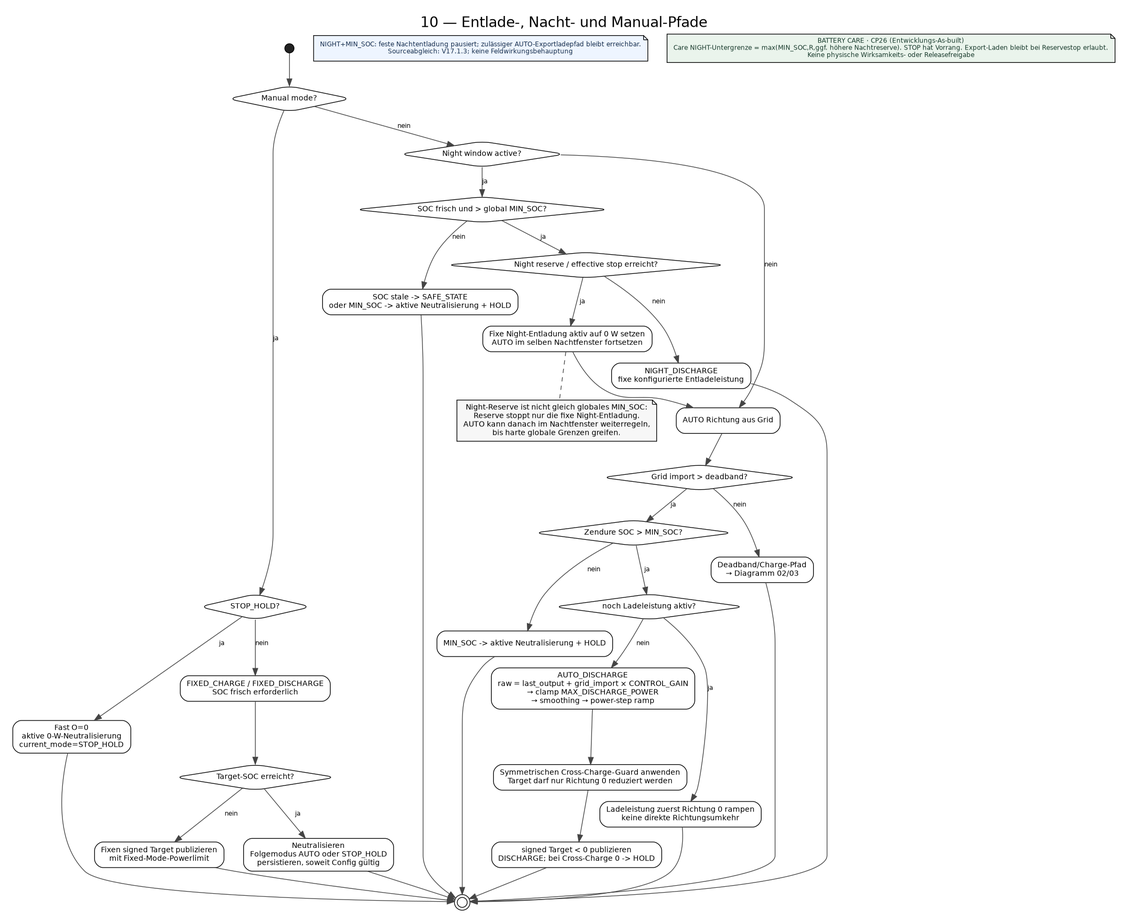
The Graphviz diagram docs/architecture/uml/rendered/10_DISCHARGE_NIGHT_MANUAL_PATHS.png in TTXaser2/zendure-energy-controller, before a commit. Its source is kept beside it as docs/architecture/uml/diagrams/10_DISCHARGE_NIGHT_MANUAL_PATHS.dot.
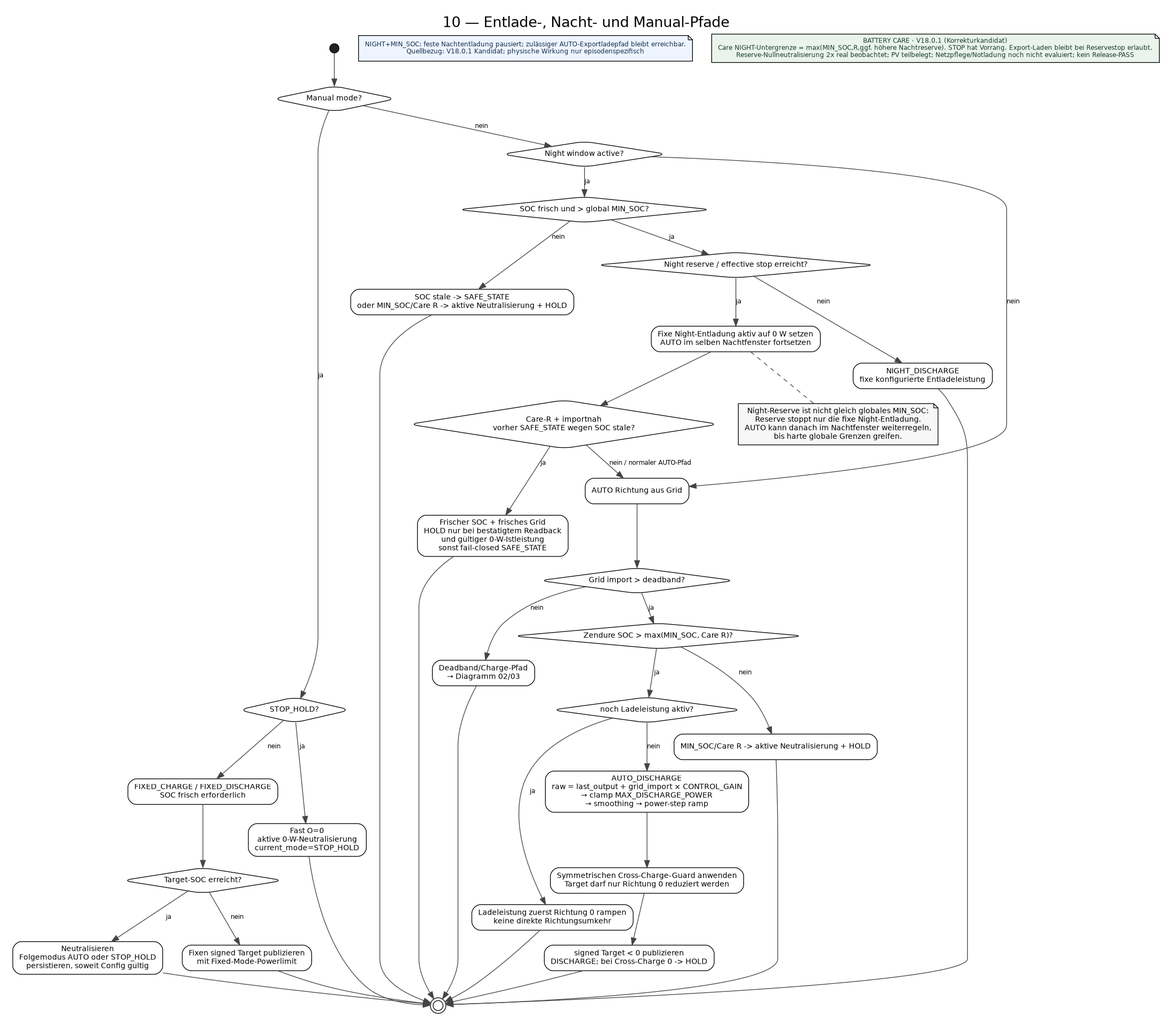
After the change.

Diff of the diagram source:
```diff
@@ -14,15 +14,15 @@
 
   night [shape=diamond,label="Night window active?"];
   nsoc [shape=diamond,label="SOC frisch und > global MIN_SOC?"];
-  nhold [label="SOC stale -> SAFE_STATE\noder MIN_SOC -> aktive Neutralisierung + HOLD"];
+  nhold [label="SOC stale -> SAFE_STATE\noder MIN_SOC/Care R -> aktive Neutralisierung + HOLD"];
   nreserve [shape=diamond,label="Night reserve / effective stop erreicht?"];
   npause [label="Fixe Night-Entladung aktiv auf 0 W setzen\nAUTO im selben Nachtfenster fortsetzen"];
   nfixed [label="NIGHT_DISCHARGE\nfixe konfigurierte Entladeleistung"];
 
   auto [label="AUTO Richtung aus Grid"];
   imp [shape=diamond,label="Grid import > deadband?"];
-  dmin [shape=diamond,label="Zendure SOC > MIN_SOC?"];
-  dhold [label="MIN_SOC -> aktive Neutralisierung + HOLD"];
+  dmin [shape=diamond,label="Zendure SOC > max(MIN_SOC, Care R)?"];
+  dhold [label="MIN_SOC/Care R -> aktive Neutralisierung + HOLD"];
   charging [shape=diamond,label="noch Ladeleistung aktiv?"];
   down [label="Ladeleistung zuerst Richtung 0 rampen\nkeine direkte Richtungsumkehr"];
   calc [label="AUTO_DISCHARGE\nraw = last_output + grid_import × CONTROL_GAIN\n→ clamp MAX_DISCHARGE_POWER\n→ smoothing → power-step ramp"];
@@ -46,7 +46,12 @@
   nreserve->npause[label="ja"];
   nreserve->nfixed[label="nein"];
   nhold->e; nfixed->e;
-  npause->auto;
+  recover [shape=diamond,label="Care-R + importnah\nvorher SAFE_STATE wegen SOC stale?"];
+  recoverhold [label="Frischer SOC + frisches Grid\nHOLD nur bei bestätigtem Readback\nund gültiger 0-W-Istleistung\nsonst fail-closed SAFE_STATE"];
+  npause->recover;
+  recover->recoverhold [label="ja"];
+  recoverhold->e;
+  recover->auto [label="nein / normaler AUTO-Pfad"];
   night->auto[label="nein"];
   auto->imp;
   imp->dmin[label="ja"];
@@ -62,7 +67,7 @@
   note [shape=note, fillcolor="#f7f7f7", label="Night-Reserve ist nicht gleich globales MIN_SOC:\nReserve stoppt nur die fixe Night-Entladung.\nAUTO kann danach im Nachtfenster weiterregeln,\nbis harte globale Grenzen greifen."];
   npause->note[style=dashed,arrowhead=none];
 
-  uml_update_note [shape=note, style="filled", fillcolor="#eef5ff", fontcolor="#162e4d", fontsize=9, label="NIGHT+MIN_SOC: feste Nachtentladung pausiert; zulässiger AUTO-Exportladepfad bleibt erreichbar.\nSourceabgleich: V17.1.3; keine Feldwirkungsbehauptung"];
+  uml_update_note [shape=note, style="filled", fillcolor="#eef5ff", fontcolor="#162e4d", fontsize=9, label="NIGHT+MIN_SOC: feste Nachtentladung pausiert; zulässiger AUTO-Exportladepfad bleibt erreichbar.\nQuellbezug: V18.0.1 Kandidat; physische Wirkung nur episodenspezifisch"];
 
-  cp26_care_10 [shape=note, style="filled", fillcolor="#eaf4ec", fontcolor="#193b2d", fontsize=9, label="BATTERY CARE · CP26 (Entwicklungs-As-built)\nCare NIGHT-Untergrenze = max(MIN_SOC,R,ggf. höhere Nachtreserve). STOP hat Vorrang. Export-Laden bleibt bei Reservestop erlaubt.\nKeine physische Wirksamkeits- oder Releasefreigabe"];
+  cp26_care_10 [shape=note, style="filled", fillcolor="#eaf4ec", fontcolor="#193b2d", fontsize=9, label="BATTERY CARE · V18.0.1 (Korrekturkandidat)\nCare NIGHT-Untergrenze = max(MIN_SOC,R,ggf. höhere Nachtreserve). STOP hat Vorrang. Export-Laden bleibt bei Reservestop erlaubt.\nReserve-Nullneutralisierung 2x real beobachtet; PV teilbelegt; Netzpflege/Notladung noch nicht evaluiert; kein Release-PASS"];
 }
```
